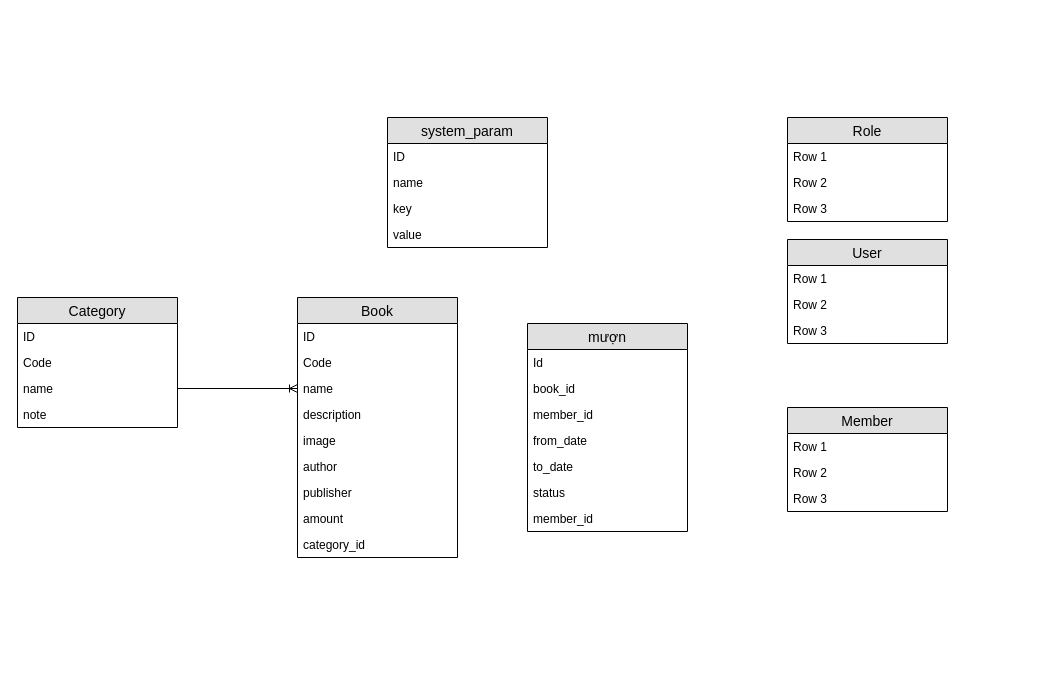
The draw.io diagram db.drawio in hieunh1801/book-manager, before the edit. Source tidied: cells renumbered, new cells numbered last; positions are measured from the earlier drawing's top-left corner, leaving out a move shared by most shapes. Both pictures are drawn from the tidied source at 100%, with x=0, y=0 at pixel (17, 117).
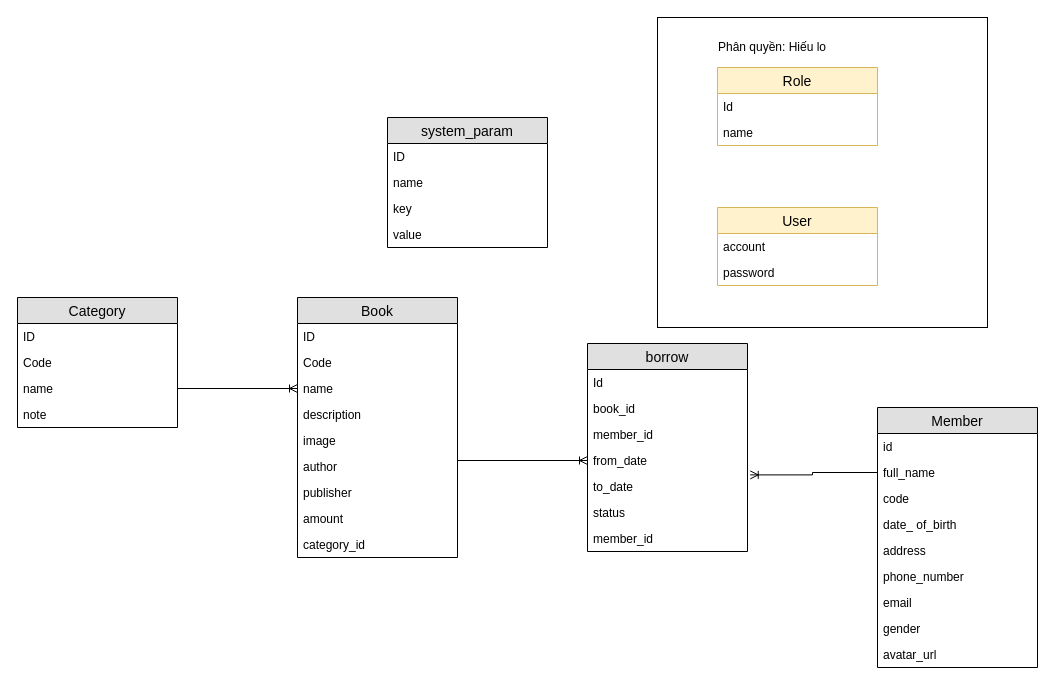
After the change.

The change refers to these unchanged cells:
```xml
<mxCell id="12" value="image" style="text;strokeColor=none;fillColor=none;spacingLeft=4;spacingRight=4;overflow=hidden;points=[[0,0.5],[1,0.5]];portConstraint=eastwest;fontSize=12;" parent="7" vertex="1">
  <mxGeometry y="130" width="160" height="26" as="geometry" />
</mxCell>
<mxCell id="39" value="from_date" style="text;strokeColor=none;fillColor=none;spacingLeft=4;spacingRight=4;overflow=hidden;points=[[0,0.5],[1,0.5]];portConstraint=eastwest;fontSize=12;" parent="35" vertex="1">
  <mxGeometry y="104" width="160" height="26" as="geometry" />
</mxCell>
<mxCell id="40" value="to_date" style="text;strokeColor=none;fillColor=none;spacingLeft=4;spacingRight=4;overflow=hidden;points=[[0,0.5],[1,0.5]];portConstraint=eastwest;fontSize=12;" parent="35" vertex="1">
  <mxGeometry y="130" width="160" height="26" as="geometry" />
</mxCell>
```

The edit, as a diff of the source:
```diff
@@
+    <mxCell id="43" style="edgeStyle=orthogonalEdgeStyle;rounded=0;jettySize=auto;html=1;endArrow=ERoneToMany;endFill=0;" parent="1" edge="1" source="12" target="39">
+      <mxGeometry relative="1" as="geometry">
+        <Array as="points">
+          <mxPoint x="360" y="343" />
+        </Array>
+      </mxGeometry>
+    </mxCell>
+    <mxCell id="44" style="rounded=0;whiteSpace=wrap;html=1;" parent="1" vertex="1">
+      <mxGeometry x="640" y="-100" width="330" height="310" as="geometry" />
+    </mxCell>
@@
-    <mxCell id="18" value="User" style="swimlane;fontStyle=0;horizontal=1;startSize=26;fillColor=#e0e0e0;swimlaneFillColor=#ffffff;align=center;fontSize=14;" parent="1" vertex="1">
-      <mxGeometry x="770" y="122" width="160" height="104" as="geometry" />
+    <mxCell id="18" value="User" style="swimlane;fontStyle=0;horizontal=1;startSize=26;fillColor=#fff2cc;swimlaneFillColor=#ffffff;align=center;fontSize=14;strokeColor=#d6b656;" parent="1" vertex="1">
+      <mxGeometry x="700" y="90" width="160" height="78" as="geometry" />
     </mxCell>
-    <mxCell id="19" value="Row 1" style="text;strokeColor=none;fillColor=none;spacingLeft=4;spacingRight=4;overflow=hidden;fontSize=12;" parent="18" vertex="1">
+    <mxCell id="19" value="account" style="text;strokeColor=none;fillColor=none;spacingLeft=4;spacingRight=4;overflow=hidden;fontSize=12;" parent="18" vertex="1">
       <mxGeometry y="26" width="160" height="26" as="geometry" />
     </mxCell>
-    <mxCell id="20" value="Row 2" style="text;strokeColor=none;fillColor=none;spacingLeft=4;spacingRight=4;overflow=hidden;fontSize=12;" parent="18" vertex="1">
+    <mxCell id="20" value="password" style="text;strokeColor=none;fillColor=none;spacingLeft=4;spacingRight=4;overflow=hidden;fontSize=12;" parent="18" vertex="1">
       <mxGeometry y="52" width="160" height="26" as="geometry" />
     </mxCell>
-    <mxCell id="21" value="Row 3" style="text;strokeColor=none;fillColor=none;spacingLeft=4;spacingRight=4;overflow=hidden;fontSize=12;" parent="18" vertex="1">
-      <mxGeometry y="78" width="160" height="26" as="geometry" />
-    </mxCell>
-    <mxCell id="22" value="Role" style="swimlane;fontStyle=0;horizontal=1;startSize=26;fillColor=#e0e0e0;swimlaneFillColor=#ffffff;align=center;fontSize=14;" parent="1" vertex="1">
-      <mxGeometry x="770" width="160" height="104" as="geometry" />
+    <mxCell id="22" value="Role" style="swimlane;fontStyle=0;horizontal=1;startSize=26;fillColor=#fff2cc;swimlaneFillColor=#ffffff;align=center;fontSize=14;strokeColor=#d6b656;" parent="1" vertex="1">
+      <mxGeometry x="700" y="-50" width="160" height="78" as="geometry" />
     </mxCell>
-    <mxCell id="23" value="Row 1" style="text;strokeColor=none;fillColor=none;spacingLeft=4;spacingRight=4;overflow=hidden;fontSize=12;" parent="22" vertex="1">
+    <mxCell id="23" value="Id" style="text;strokeColor=none;fillColor=none;spacingLeft=4;spacingRight=4;overflow=hidden;fontSize=12;" parent="22" vertex="1">
       <mxGeometry y="26" width="160" height="26" as="geometry" />
     </mxCell>
-    <mxCell id="24" value="Row 2" style="text;strokeColor=none;fillColor=none;spacingLeft=4;spacingRight=4;overflow=hidden;fontSize=12;" parent="22" vertex="1">
-      <mxGeometry y="52" width="160" height="26" as="geometry" />
-    </mxCell>
-    <mxCell id="25" value="Row 3" style="text;strokeColor=none;fillColor=none;spacingLeft=4;spacingRight=4;overflow=hidden;fontSize=12;" parent="22" vertex="1">
-      <mxGeometry y="78" width="160" height="26" as="geometry" />
+    <mxCell id="25" value="name" style="text;strokeColor=none;fillColor=none;spacingLeft=4;spacingRight=4;overflow=hidden;fontSize=12;" parent="22" vertex="1">
+      <mxGeometry y="52" width="160" height="26" as="geometry" />
     </mxCell>
     <mxCell id="26" value="Member" style="swimlane;fontStyle=0;horizontal=1;startSize=26;fillColor=#e0e0e0;swimlaneFillColor=#ffffff;align=center;fontSize=14;" parent="1" vertex="1">
-      <mxGeometry x="770" y="290" width="160" height="104" as="geometry" />
+      <mxGeometry x="860" y="290" width="160" height="260" as="geometry" />
     </mxCell>
-    <mxCell id="27" value="Row 1" style="text;strokeColor=none;fillColor=none;spacingLeft=4;spacingRight=4;overflow=hidden;fontSize=12;" parent="26" vertex="1">
+    <mxCell id="27" value="id&#10;" style="text;strokeColor=none;fillColor=none;spacingLeft=4;spacingRight=4;overflow=hidden;fontSize=12;" parent="26" vertex="1">
       <mxGeometry y="26" width="160" height="26" as="geometry" />
     </mxCell>
-    <mxCell id="28" value="Row 2" style="text;strokeColor=none;fillColor=none;spacingLeft=4;spacingRight=4;overflow=hidden;points=[[0,0.5],[1,0.5]];portConstraint=eastwest;fontSize=12;" parent="26" vertex="1">
+    <mxCell id="28" value="full_name" style="text;strokeColor=none;fillColor=none;spacingLeft=4;spacingRight=4;overflow=hidden;points=[[0,0.5],[1,0.5]];portConstraint=eastwest;fontSize=12;" parent="26" vertex="1">
       <mxGeometry y="52" width="160" height="26" as="geometry" />
     </mxCell>
-    <mxCell id="29" value="Row 3" style="text;strokeColor=none;fillColor=none;spacingLeft=4;spacingRight=4;overflow=hidden;fontSize=12;" parent="26" vertex="1">
+    <mxCell id="29" value="code" style="text;strokeColor=none;fillColor=none;spacingLeft=4;spacingRight=4;overflow=hidden;fontSize=12;" parent="26" vertex="1">
       <mxGeometry y="78" width="160" height="26" as="geometry" />
     </mxCell>
+    <mxCell id="45" value="date_ of_birth" style="text;strokeColor=none;fillColor=none;spacingLeft=4;spacingRight=4;overflow=hidden;fontSize=12;" parent="26" vertex="1">
+      <mxGeometry y="104" width="160" height="26" as="geometry" />
+    </mxCell>
+    <mxCell id="46" value="address" style="text;strokeColor=none;fillColor=none;spacingLeft=4;spacingRight=4;overflow=hidden;fontSize=12;" parent="26" vertex="1">
+      <mxGeometry y="130" width="160" height="26" as="geometry" />
+    </mxCell>
+    <mxCell id="47" value="phone_number" style="text;strokeColor=none;fillColor=none;spacingLeft=4;spacingRight=4;overflow=hidden;fontSize=12;" parent="26" vertex="1">
+      <mxGeometry y="156" width="160" height="26" as="geometry" />
+    </mxCell>
+    <mxCell id="48" value="email" style="text;strokeColor=none;fillColor=none;spacingLeft=4;spacingRight=4;overflow=hidden;fontSize=12;" parent="26" vertex="1">
+      <mxGeometry y="182" width="160" height="26" as="geometry" />
+    </mxCell>
+    <mxCell id="49" value="gender" style="text;strokeColor=none;fillColor=none;spacingLeft=4;spacingRight=4;overflow=hidden;fontSize=12;" parent="26" vertex="1">
+      <mxGeometry y="208" width="160" height="26" as="geometry" />
+    </mxCell>
+    <mxCell id="50" value="avatar_url" style="text;strokeColor=none;fillColor=none;spacingLeft=4;spacingRight=4;overflow=hidden;fontSize=12;" parent="26" vertex="1">
+      <mxGeometry y="234" width="160" height="26" as="geometry" />
+    </mxCell>
@@
-    <mxCell id="35" value="mượn" style="swimlane;fontStyle=0;horizontal=1;startSize=26;fillColor=#e0e0e0;swimlaneFillColor=#ffffff;align=center;fontSize=14;" parent="1" vertex="1">
-      <mxGeometry x="510" y="206" width="160" height="208" as="geometry" />
+    <mxCell id="35" value="borrow" style="swimlane;fontStyle=0;horizontal=1;startSize=26;fillColor=#e0e0e0;swimlaneFillColor=#ffffff;align=center;fontSize=14;" parent="1" vertex="1">
+      <mxGeometry x="570" y="226" width="160" height="208" as="geometry" />
     </mxCell>
@@
+    <mxCell id="51" style="edgeStyle=orthogonalEdgeStyle;rounded=0;jettySize=auto;html=1;entryX=1.017;entryY=0.054;entryDx=0;entryDy=0;entryPerimeter=0;endArrow=ERoneToMany;endFill=0;" parent="1" edge="1" source="28" target="40">
+      <mxGeometry relative="1" as="geometry" />
+    </mxCell>
+    <mxCell id="52" value="Phân quyền: Hiếu lo" style="text;html=1;strokeColor=none;fillColor=none;align=center;verticalAlign=middle;whiteSpace=wrap;rounded=0;" parent="1" vertex="1">
+      <mxGeometry x="680" y="-80" width="150" height="20" as="geometry" />
+    </mxCell>
```
